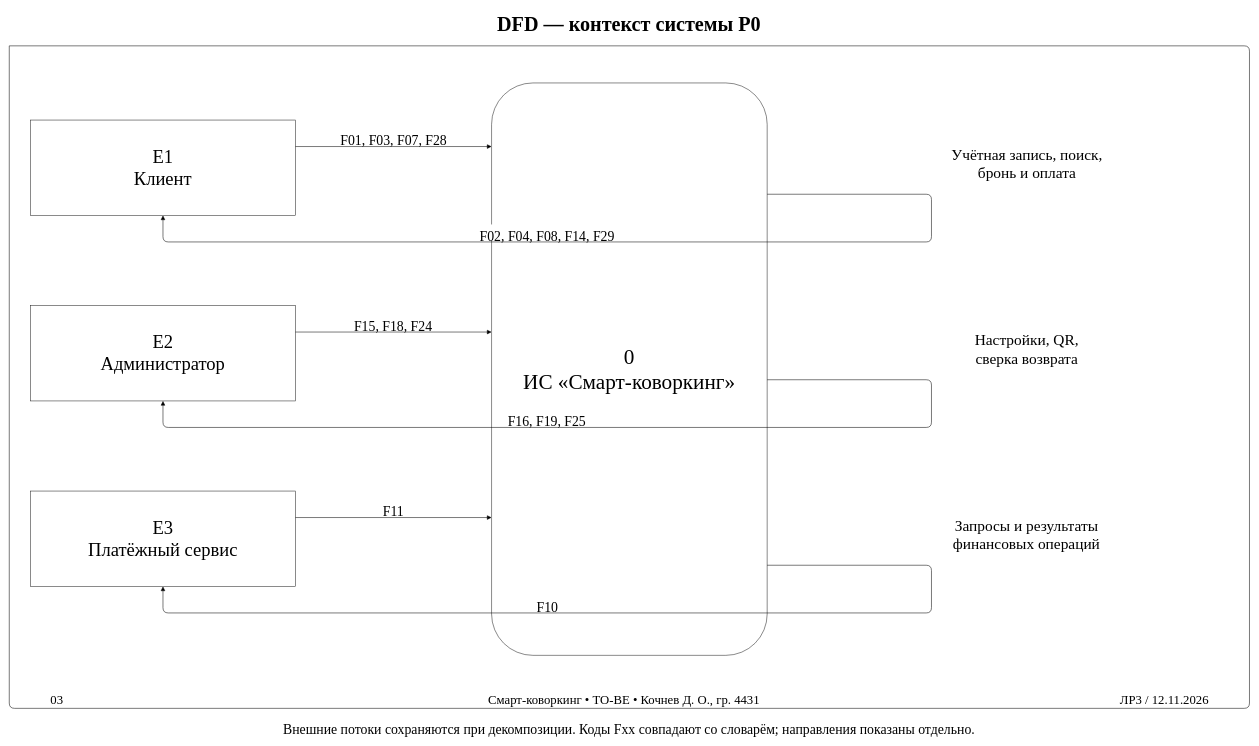
The draw.io diagram page "03_DFD_context" (3 of 22) of reports/ЛР3_Смарт-коворкинг/исходники/ЛР3_Смарт-коворкинг.drawio in Weit145/OP-SUAI-4431, before the edit. Source tidied: cells renumbered, new cells numbered last; positions are measured from the earlier drawing's top-left corner, leaving out a move shared by most shapes. Both pictures are drawn from the tidied source at 53%, with x=0, y=0 at pixel (9, 9).
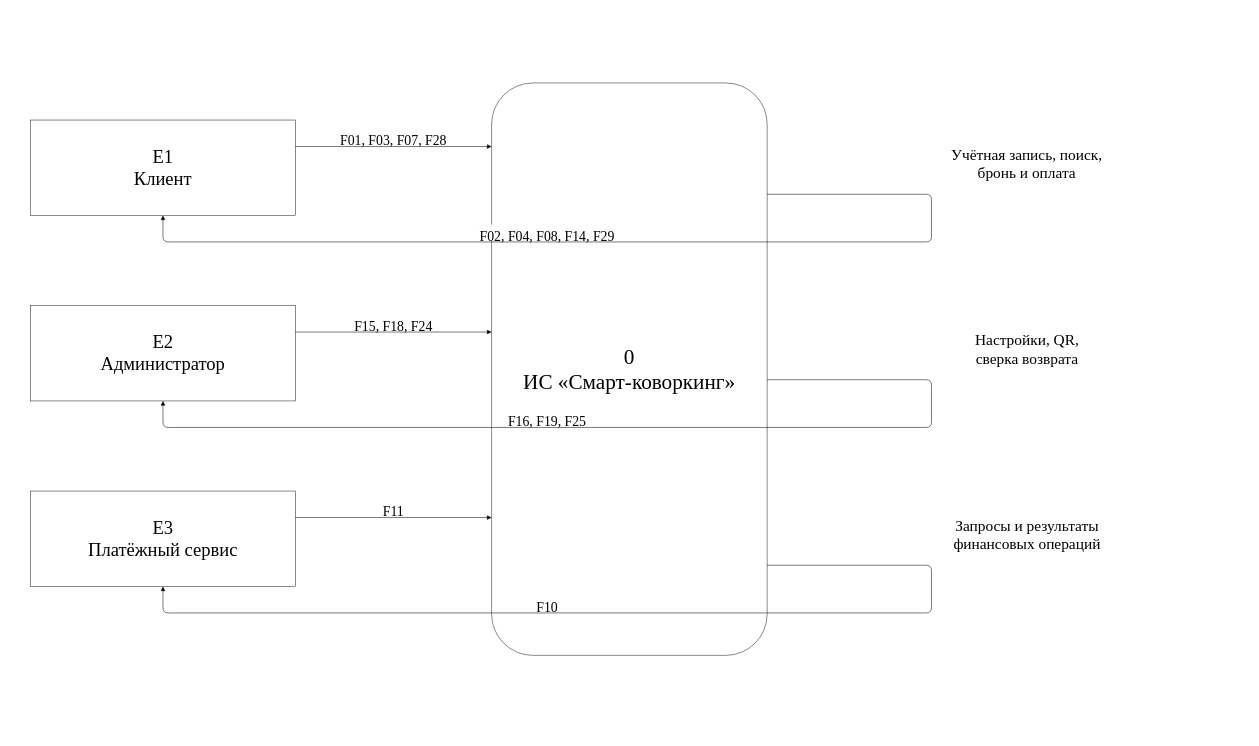
Above is the later version.

What changed in the source:
```diff
@@
-    <mxCell id="2" value="DFD — контекст системы P0" style="text;html=0;whiteSpace=wrap;align=center;verticalAlign=top;fillColor=white;strokeColor=none;fontFamily=Times New Roman;fontSize=38;fontStyle=1;" parent="1" vertex="1">
-      <mxGeometry x="915.4" width="509.3" height="43" as="geometry" />
-    </mxCell>
-    <mxCell id="3" value="Внешние потоки сохраняются при декомпозиции. Коды Fxx совпадают со словарём; направления показаны отдельно." style="text;html=0;whiteSpace=wrap;align=center;verticalAlign=top;fillColor=white;strokeColor=none;fontFamily=Times New Roman;fontSize=26;fontStyle=0;" parent="1" vertex="1">
-      <mxGeometry x="511.3" y="1336" width="1317.4" height="31" as="geometry" />
-    </mxCell>
-    <mxCell id="4" style="edgeStyle=none;html=1;fontFamily=Times New Roman;fontSize=26;endArrow=none;" parent="1" edge="1">
-      <mxGeometry relative="1" as="geometry">
-        <mxPoint y="69" as="sourcePoint" />
-        <mxPoint y="69" as="targetPoint" />
-        <Array as="points">
-          <mxPoint x="2340" y="69" />
-          <mxPoint x="2340" y="1319" />
-          <mxPoint y="1319" />
-        </Array>
-      </mxGeometry>
-    </mxCell>
-    <mxCell id="5" value="03" style="text;html=0;whiteSpace=wrap;align=center;verticalAlign=top;fillColor=white;strokeColor=none;fontFamily=Times New Roman;fontSize=24;fontStyle=0;" parent="1" vertex="1">
-      <mxGeometry x="72" y="1282" width="36" height="29" as="geometry" />
-    </mxCell>
-    <mxCell id="6" value="Смарт-коворкинг • TO-BE • Кочнев Д. О., гр. 4431" style="text;html=0;whiteSpace=wrap;align=center;verticalAlign=top;fillColor=white;strokeColor=none;fontFamily=Times New Roman;fontSize=24;fontStyle=0;" parent="1" vertex="1">
-      <mxGeometry x="897.8" y="1282" width="524.4" height="29" as="geometry" />
-    </mxCell>
-    <mxCell id="7" value="ЛР3 / 12.11.2026" style="text;html=0;whiteSpace=wrap;align=center;verticalAlign=top;fillColor=white;strokeColor=none;fontFamily=Times New Roman;fontSize=24;fontStyle=0;" parent="1" vertex="1">
-      <mxGeometry x="2090.3" y="1282" width="179.4" height="29" as="geometry" />
-    </mxCell>
@@
-    <mxCell id="10" value="F01, F03, F07, F28" style="text;html=0;whiteSpace=wrap;align=center;verticalAlign=top;fillColor=white;strokeColor=none;fontFamily=Times New Roman;fontSize=26;fontStyle=0;" parent="1" vertex="1">
-      <mxGeometry x="618.6" y="226" width="212.8" height="31" as="geometry" />
-    </mxCell>
-    <mxCell id="11" style="edgeStyle=none;html=1;fontFamily=Times New Roman;fontSize=26;endArrow=block;" parent="1" edge="1">
-      <mxGeometry relative="1" as="geometry">
-        <mxPoint x="540" y="259" as="sourcePoint" />
-        <mxPoint x="910" y="259" as="targetPoint" />
-      </mxGeometry>
-    </mxCell>
+    <mxCell id="2" value="F01, F03, F07, F28" style="text;html=0;whiteSpace=wrap;align=center;verticalAlign=top;fillColor=white;strokeColor=none;fontFamily=Times New Roman;fontSize=26;fontStyle=0;" parent="1" vertex="1">
+      <mxGeometry x="618" y="226" width="214" height="31" as="geometry" />
+    </mxCell>
+    <mxCell id="27" style="edgeStyle=none;html=1;fontFamily=Times New Roman;fontSize=26;endArrow=block;" parent="1" edge="1">
+      <mxGeometry relative="1" as="geometry">
+        <mxPoint x="540" y="259" as="sourcePoint" />
+        <mxPoint x="910" y="259" as="targetPoint" />
+      </mxGeometry>
+    </mxCell>
     <mxCell id="12" value="F02, F04, F08, F14, F29" style="text;html=0;whiteSpace=wrap;align=center;verticalAlign=top;fillColor=white;strokeColor=none;fontFamily=Times New Roman;fontSize=26;fontStyle=0;" parent="1" vertex="1">
-      <mxGeometry x="881.9" y="406" width="266.3" height="31" as="geometry" />
+      <mxGeometry x="881" y="406" width="268" height="31" as="geometry" />
     </mxCell>
-    <mxCell id="13" style="edgeStyle=none;html=1;fontFamily=Times New Roman;fontSize=26;endArrow=block;" parent="1" edge="1">
-      <mxGeometry relative="1" as="geometry">
-        <mxPoint x="1430" y="349" as="sourcePoint" />
-        <mxPoint x="290" y="389" as="targetPoint" />
-        <Array as="points">
-          <mxPoint x="1740" y="349" />
-          <mxPoint x="1740" y="439" />
-          <mxPoint x="290" y="439" />
-        </Array>
-      </mxGeometry>
-    </mxCell>
-    <mxCell id="14" value="Учётная запись, поиск,&#10;бронь и оплата" style="text;html=0;whiteSpace=wrap;align=center;verticalAlign=top;fillColor=white;strokeColor=none;fontFamily=Times New Roman;fontSize=29;fontStyle=0;" parent="1" vertex="1">
-      <mxGeometry x="1771.5" y="249.5" width="297" height="68" as="geometry" />
-    </mxCell>
+    <mxCell id="28" style="edgeStyle=none;html=1;fontFamily=Times New Roman;fontSize=26;endArrow=block;" parent="1" edge="1">
+      <mxGeometry relative="1" as="geometry">
+        <mxPoint x="1430" y="349" as="sourcePoint" />
+        <mxPoint x="290" y="389" as="targetPoint" />
+        <Array as="points">
+          <mxPoint x="1740" y="349" />
+          <mxPoint x="1740" y="439" />
+          <mxPoint x="290" y="439" />
+        </Array>
+      </mxGeometry>
+    </mxCell>
+    <mxCell id="6" value="Учётная запись, поиск,&#10;бронь и оплата" style="text;html=0;whiteSpace=wrap;align=center;verticalAlign=top;fillColor=white;strokeColor=none;fontFamily=Times New Roman;fontSize=29;fontStyle=0;" parent="1" vertex="1">
+      <mxGeometry x="1770" y="249.5" width="300" height="68" as="geometry" />
+    </mxCell>
@@
-    <mxCell id="16" value="F15, F18, F24" style="text;html=0;whiteSpace=wrap;align=center;verticalAlign=top;fillColor=white;strokeColor=none;fontFamily=Times New Roman;fontSize=26;fontStyle=0;" parent="1" vertex="1">
-      <mxGeometry x="645.3" y="576" width="159.4" height="31" as="geometry" />
-    </mxCell>
-    <mxCell id="17" style="edgeStyle=none;html=1;fontFamily=Times New Roman;fontSize=26;endArrow=block;" parent="1" edge="1">
-      <mxGeometry relative="1" as="geometry">
-        <mxPoint x="540" y="609" as="sourcePoint" />
-        <mxPoint x="910" y="609" as="targetPoint" />
-      </mxGeometry>
-    </mxCell>
+    <mxCell id="7" value="F15, F18, F24" style="text;html=0;whiteSpace=wrap;align=center;verticalAlign=top;fillColor=white;strokeColor=none;fontFamily=Times New Roman;fontSize=26;fontStyle=0;" parent="1" vertex="1">
+      <mxGeometry x="645" y="576" width="160" height="31" as="geometry" />
+    </mxCell>
+    <mxCell id="29" style="edgeStyle=none;html=1;fontFamily=Times New Roman;fontSize=26;endArrow=block;" parent="1" edge="1">
+      <mxGeometry relative="1" as="geometry">
+        <mxPoint x="540" y="609" as="sourcePoint" />
+        <mxPoint x="910" y="609" as="targetPoint" />
+      </mxGeometry>
+    </mxCell>
     <mxCell id="18" value="F16, F19, F25" style="text;html=0;whiteSpace=wrap;align=center;verticalAlign=top;fillColor=white;strokeColor=none;fontFamily=Times New Roman;fontSize=26;fontStyle=0;" parent="1" vertex="1">
-      <mxGeometry x="935.3" y="756" width="159.4" height="31" as="geometry" />
+      <mxGeometry x="935" y="756" width="160" height="31" as="geometry" />
     </mxCell>
-    <mxCell id="19" style="edgeStyle=none;html=1;fontFamily=Times New Roman;fontSize=26;endArrow=block;" parent="1" edge="1">
-      <mxGeometry relative="1" as="geometry">
-        <mxPoint x="1430" y="699" as="sourcePoint" />
-        <mxPoint x="290" y="739" as="targetPoint" />
-        <Array as="points">
-          <mxPoint x="1740" y="699" />
-          <mxPoint x="1740" y="789" />
-          <mxPoint x="290" y="789" />
-        </Array>
-      </mxGeometry>
-    </mxCell>
+    <mxCell id="30" style="edgeStyle=none;html=1;fontFamily=Times New Roman;fontSize=26;endArrow=block;" parent="1" edge="1">
+      <mxGeometry relative="1" as="geometry">
+        <mxPoint x="1430" y="699" as="sourcePoint" />
+        <mxPoint x="290" y="739" as="targetPoint" />
+        <Array as="points">
+          <mxPoint x="1740" y="699" />
+          <mxPoint x="1740" y="789" />
+          <mxPoint x="290" y="789" />
+        </Array>
+      </mxGeometry>
+    </mxCell>
     <mxCell id="20" value="Настройки, QR,&#10;сверка возврата" style="text;html=0;whiteSpace=wrap;align=center;verticalAlign=top;fillColor=white;strokeColor=none;fontFamily=Times New Roman;fontSize=29;fontStyle=0;" parent="1" vertex="1">
-      <mxGeometry x="1816.1" y="599.5" width="207.9" height="68" as="geometry" />
+      <mxGeometry x="1815.5" y="599.5" width="209" height="68" as="geometry" />
     </mxCell>
@@
-    <mxCell id="22" value="F11" style="text;html=0;whiteSpace=wrap;align=center;verticalAlign=top;fillColor=white;strokeColor=none;fontFamily=Times New Roman;fontSize=26;fontStyle=0;" parent="1" vertex="1">
-      <mxGeometry x="699.3" y="926" width="51.5" height="31" as="geometry" />
-    </mxCell>
-    <mxCell id="23" style="edgeStyle=none;html=1;fontFamily=Times New Roman;fontSize=26;endArrow=block;" parent="1" edge="1">
-      <mxGeometry relative="1" as="geometry">
-        <mxPoint x="540" y="959" as="sourcePoint" />
-        <mxPoint x="910" y="959" as="targetPoint" />
-      </mxGeometry>
-    </mxCell>
+    <mxCell id="14" value="F11" style="text;html=0;whiteSpace=wrap;align=center;verticalAlign=top;fillColor=white;strokeColor=none;fontFamily=Times New Roman;fontSize=26;fontStyle=0;" parent="1" vertex="1">
+      <mxGeometry x="699" y="926" width="52" height="31" as="geometry" />
+    </mxCell>
+    <mxCell id="31" style="edgeStyle=none;html=1;fontFamily=Times New Roman;fontSize=26;endArrow=block;" parent="1" edge="1">
+      <mxGeometry relative="1" as="geometry">
+        <mxPoint x="540" y="959" as="sourcePoint" />
+        <mxPoint x="910" y="959" as="targetPoint" />
+      </mxGeometry>
+    </mxCell>
     <mxCell id="24" value="F10" style="text;html=0;whiteSpace=wrap;align=center;verticalAlign=top;fillColor=white;strokeColor=none;fontFamily=Times New Roman;fontSize=26;fontStyle=0;" parent="1" vertex="1">
-      <mxGeometry x="988.8" y="1106" width="52.5" height="31" as="geometry" />
+      <mxGeometry x="989" y="1106" width="52" height="31" as="geometry" />
     </mxCell>
-    <mxCell id="25" style="edgeStyle=none;html=1;fontFamily=Times New Roman;fontSize=26;endArrow=block;" parent="1" edge="1">
-      <mxGeometry relative="1" as="geometry">
-        <mxPoint x="1430" y="1049" as="sourcePoint" />
-        <mxPoint x="290" y="1089" as="targetPoint" />
-        <Array as="points">
-          <mxPoint x="1740" y="1049" />
-          <mxPoint x="1740" y="1139" />
-          <mxPoint x="290" y="1139" />
-        </Array>
-      </mxGeometry>
-    </mxCell>
+    <mxCell id="32" style="edgeStyle=none;html=1;fontFamily=Times New Roman;fontSize=26;endArrow=block;" parent="1" edge="1">
+      <mxGeometry relative="1" as="geometry">
+        <mxPoint x="1430" y="1049" as="sourcePoint" />
+        <mxPoint x="290" y="1089" as="targetPoint" />
+        <Array as="points">
+          <mxPoint x="1740" y="1049" />
+          <mxPoint x="1740" y="1139" />
+          <mxPoint x="290" y="1139" />
+        </Array>
+      </mxGeometry>
+    </mxCell>
     <mxCell id="26" value="Запросы и результаты&#10;финансовых операций" style="text;html=0;whiteSpace=wrap;align=center;verticalAlign=top;fillColor=white;strokeColor=none;fontFamily=Times New Roman;fontSize=29;fontStyle=0;" parent="1" vertex="1">
-      <mxGeometry x="1775.3" y="949.5" width="289.3" height="68" as="geometry" />
+      <mxGeometry x="1772.5" y="949.5" width="295" height="68" as="geometry" />
     </mxCell>
```
